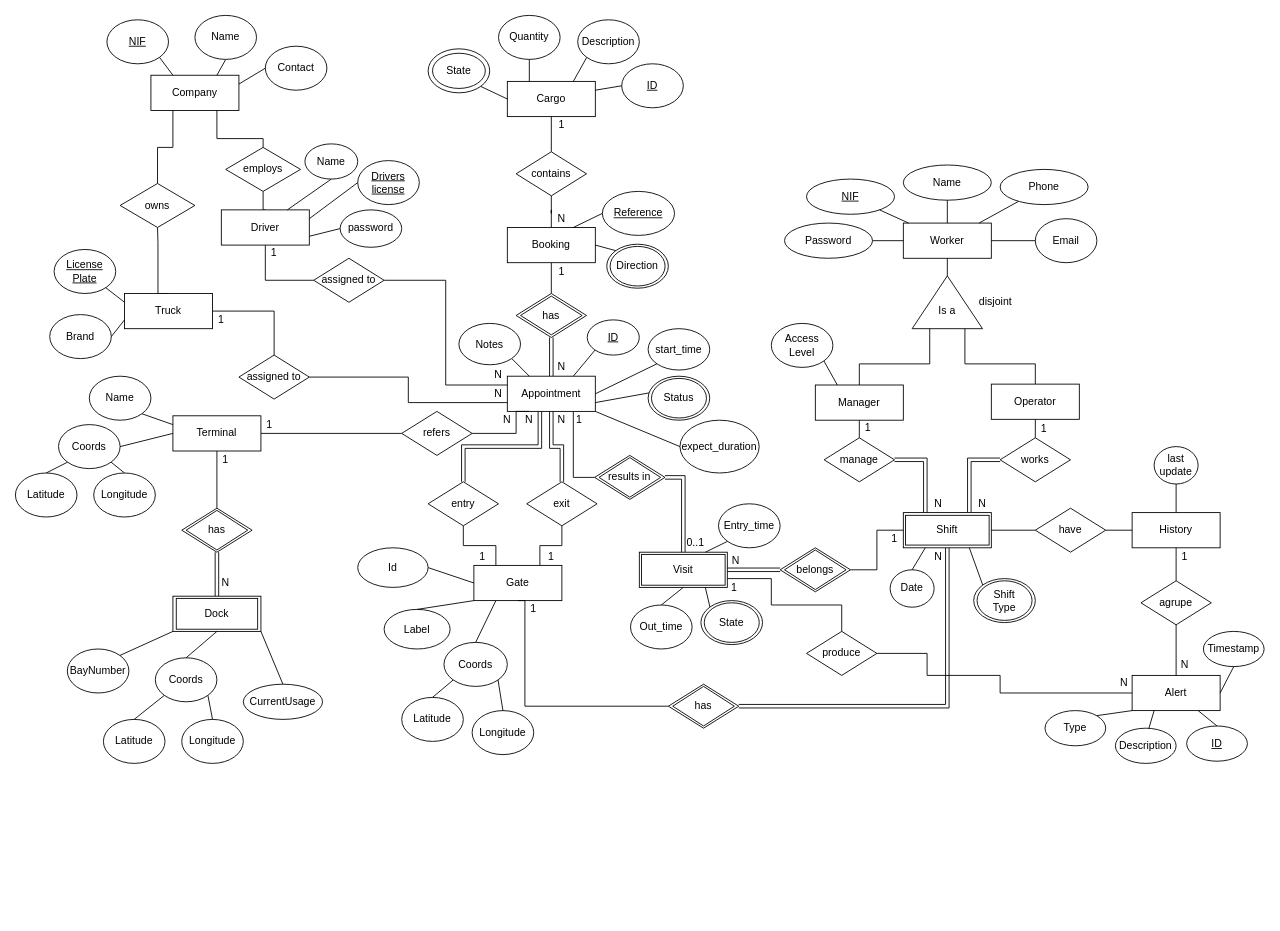
Before: docs/bd/Relacional/DER-BD-IntelligentLogistics.drawio in PEI-HAZARDS/IntelligentLogistics, a draw.io diagram. Source tidied: cells renumbered, new cells numbered last; positions are measured from the earlier drawing's top-left corner, leaving out a move shared by most shapes. Both pictures are drawn from the tidied source at 88%, with x=0, y=0 at pixel (15, 15).
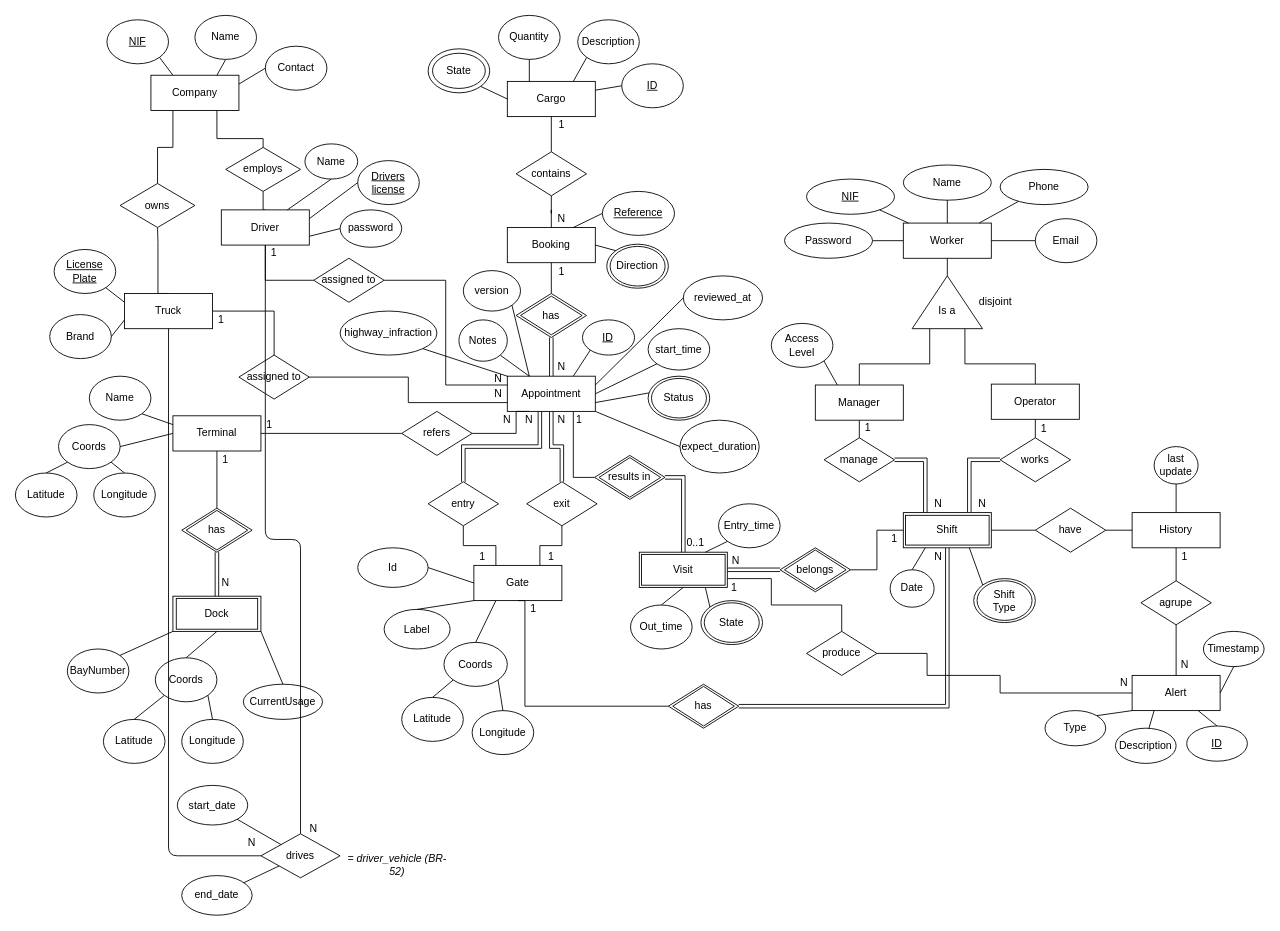
Above is the later version.

Commit message (it also covers changes not shown here):
Enhance database diagrams and update environment configurations

The change refers to these unchanged cells:
```xml
<mxCell id="6" value="Truck" style="whiteSpace=wrap;html=1;align=center;" parent="1" vertex="1">
  <mxGeometry x="124" y="316" width="100" height="40" as="geometry" />
</mxCell>
<mxCell id="9" value="Driver" style="whiteSpace=wrap;html=1;align=center;" parent="1" vertex="1">
  <mxGeometry x="234" y="221" width="100" height="40" as="geometry" />
</mxCell>
<mxCell id="16" value="Appointment" style="whiteSpace=wrap;html=1;align=center;" parent="1" vertex="1">
  <mxGeometry x="559" y="410" width="100" height="40" as="geometry" />
</mxCell>
```

The edit, as a diff of the source:
```diff
@@
     <mxCell id="111" value="ID" style="ellipse;whiteSpace=wrap;html=1;align=center;fontStyle=4;" parent="1" vertex="1">
-      <mxGeometry x="649.8" y="346" width="59.2" height="40" as="geometry" />
+      <mxGeometry x="644.4" y="346" width="59.2" height="40" as="geometry" />
     </mxCell>
@@
     <mxCell id="174" value="N" style="text;html=1;whiteSpace=wrap;strokeColor=none;fillColor=none;align=center;verticalAlign=middle;rounded=0;" parent="1" vertex="1">
-      <mxGeometry x="539" y="399" width="20" height="20" as="geometry" />
+      <mxGeometry x="539" y="403" width="20" height="20" as="geometry" />
     </mxCell>
@@
     <mxCell id="216" value="Notes" style="ellipse;whiteSpace=wrap;html=1;align=center;" parent="1" vertex="1">
-      <mxGeometry x="504" y="350" width="70" height="47" as="geometry" />
+      <mxGeometry x="504" y="346" width="55" height="47" as="geometry" />
     </mxCell>
@@
+    <mxCell id="219" value="drives" style="shape=rhombus;perimeter=rhombusPerimeter;whiteSpace=wrap;html=1;align=center;" parent="1" vertex="1">
+      <mxGeometry x="279" y="930" width="90" height="50" as="geometry" />
+    </mxCell>
+    <mxCell id="220" value="= driver_vehicle (BR-52)" style="text;html=1;whiteSpace=wrap;strokeColor=none;fillColor=none;align=center;fontStyle=2;" parent="1" vertex="1">
+      <mxGeometry x="369" y="945" width="130" height="20" as="geometry" />
+    </mxCell>
+    <mxCell id="221" value="start_date" style="ellipse;whiteSpace=wrap;html=1;align=center;" parent="1" vertex="1">
+      <mxGeometry x="184" y="875" width="80" height="45" as="geometry" />
+    </mxCell>
+    <mxCell id="222" value="end_date" style="ellipse;whiteSpace=wrap;html=1;align=center;" parent="1" vertex="1">
+      <mxGeometry x="189" y="977.5" width="80" height="45" as="geometry" />
+    </mxCell>
+    <mxCell id="223" style="edgeStyle=orthogonalEdgeStyle;html=1;endArrow=none;endFill=0;" parent="1" edge="1" source="219" target="9">
+      <mxGeometry relative="1" as="geometry" />
+    </mxCell>
+    <mxCell id="224" style="edgeStyle=orthogonalEdgeStyle;html=1;endArrow=none;endFill=0;" parent="1" edge="1" source="219" target="6">
+      <mxGeometry relative="1" as="geometry" />
+    </mxCell>
+    <mxCell id="225" style="endArrow=none;html=1;rounded=0;" parent="1" edge="1" source="221" target="219">
+      <mxGeometry relative="1" as="geometry" />
+    </mxCell>
+    <mxCell id="226" style="endArrow=none;html=1;rounded=0;" parent="1" edge="1" source="222" target="219">
+      <mxGeometry relative="1" as="geometry" />
+    </mxCell>
+    <mxCell id="227" value="N" style="text;html=1;whiteSpace=wrap;strokeColor=none;fillColor=none;align=center;verticalAlign=middle;" parent="1" vertex="1">
+      <mxGeometry x="329" y="915" width="20" height="20" as="geometry" />
+    </mxCell>
+    <mxCell id="228" value="N" style="text;html=1;whiteSpace=wrap;strokeColor=none;fillColor=none;align=center;verticalAlign=middle;" parent="1" vertex="1">
+      <mxGeometry x="259" y="930" width="20" height="20" as="geometry" />
+    </mxCell>
+    <mxCell id="229" value="highway_infraction" style="ellipse;whiteSpace=wrap;html=1;align=center;" parent="1" vertex="1">
+      <mxGeometry x="369" y="336" width="110" height="50" as="geometry" />
+    </mxCell>
+    <mxCell id="230" value="version" style="ellipse;whiteSpace=wrap;html=1;align=center;" parent="1" vertex="1">
+      <mxGeometry x="509" y="290" width="65" height="46" as="geometry" />
+    </mxCell>
+    <mxCell id="231" value="reviewed_at" style="ellipse;whiteSpace=wrap;html=1;align=center;" parent="1" vertex="1">
+      <mxGeometry x="759" y="296" width="90" height="50" as="geometry" />
+    </mxCell>
+    <mxCell id="232" style="endArrow=none;html=1;rounded=0;entryX=1;entryY=0.25;entryDx=0;entryDy=0;exitX=0;exitY=0.5;exitDx=0;exitDy=0;" parent="1" edge="1" source="231" target="16">
+      <mxGeometry relative="1" as="geometry" />
+    </mxCell>
+    <mxCell id="233" style="endArrow=none;html=1;rounded=0;entryX=1;entryY=1;entryDx=0;entryDy=0;exitX=0;exitY=0;exitDx=0;exitDy=0;" parent="1" edge="1" source="16" target="229">
+      <mxGeometry relative="1" as="geometry" />
+    </mxCell>
+    <mxCell id="234" style="endArrow=none;html=1;rounded=0;entryX=0.25;entryY=0;entryDx=0;entryDy=0;exitX=1;exitY=1;exitDx=0;exitDy=0;" parent="1" edge="1" source="230" target="16">
+      <mxGeometry relative="1" as="geometry" />
+    </mxCell>
```
